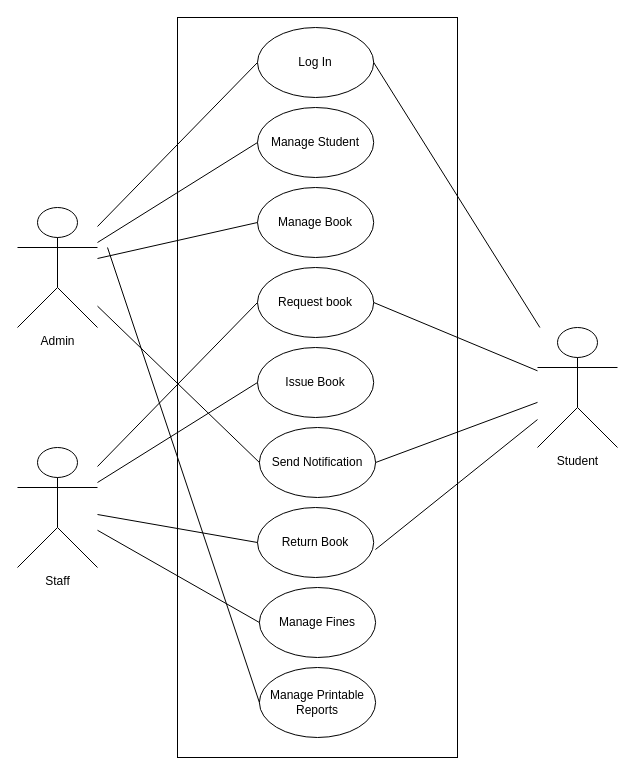
Earlier version of the draw.io diagram uc.drawio (Jayrou12345/Flowchart). Source tidied: cells renumbered, new cells numbered last; positions are measured from the earlier drawing's top-left corner, leaving out a move shared by most shapes. Both pictures are drawn from the tidied source at 100%, with x=0, y=0 at pixel (17, 17).
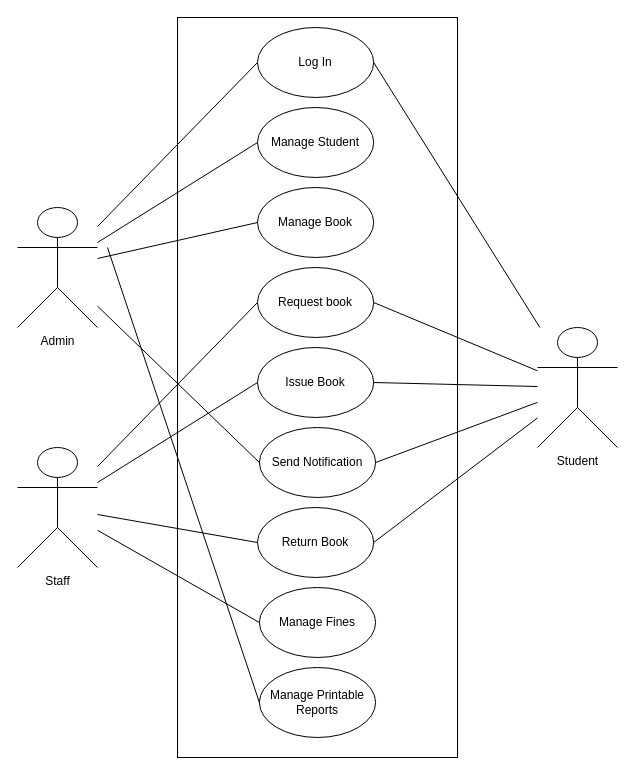
After the change.

Unchanged cells that the change refers to:
```xml
<mxCell id="12" value="Issue Book" style="ellipse;whiteSpace=wrap;html=1;fillColor=none;" parent="1" vertex="1">
  <mxGeometry x="240" y="330" width="116.2" height="70" as="geometry" />
</mxCell>
<mxCell id="13" value="Return Book" style="ellipse;whiteSpace=wrap;html=1;fillColor=none;" parent="1" vertex="1">
  <mxGeometry x="240" y="490" width="116.2" height="70" as="geometry" />
</mxCell>
<mxCell id="24" value="Student" style="shape=umlActor;verticalLabelPosition=bottom;verticalAlign=top;html=1;outlineConnect=0;" parent="1" vertex="1">
  <mxGeometry x="520" y="310" width="80" height="120" as="geometry" />
</mxCell>
```

Change to the diagram source:
```diff
@@
+    <mxCell id="28" style="rounded=0;jettySize=auto;html=1;entryX=1;entryY=0.5;entryDx=0;entryDy=0;endArrow=none;endFill=0;" parent="1" edge="1" source="24" target="12">
+      <mxGeometry relative="1" as="geometry" />
+    </mxCell>
@@
-    <mxCell id="26" style="rounded=0;jettySize=auto;html=1;entryX=1.015;entryY=0.6;entryDx=0;entryDy=0;entryPerimeter=0;endArrow=none;endFill=0;" parent="1" edge="1" source="24" target="13">
+    <mxCell id="26" style="rounded=0;jettySize=auto;html=1;entryX=1;entryY=0.5;entryDx=0;entryDy=0;endArrow=none;endFill=0;" parent="1" edge="1" source="24" target="13">
       <mxGeometry relative="1" as="geometry" />
     </mxCell>
```
